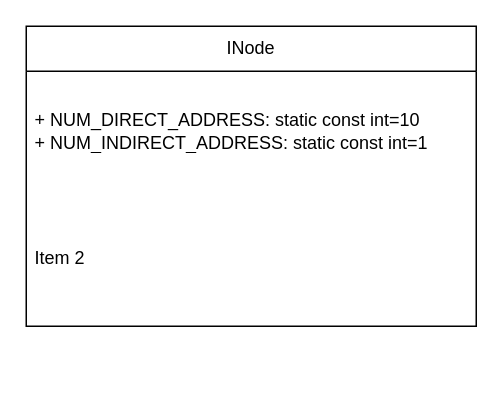
MinkunZhao/SE_lab1 keeps this draw.io diagram as Class Diagram.drawio. Above is the earlier version. Source tidied: cells renumbered, new cells numbered last; positions are measured from the earlier drawing's top-left corner, leaving out a move shared by most shapes. Both pictures are drawn from the tidied source at 150%, with x=0, y=0 at pixel (26, 26).
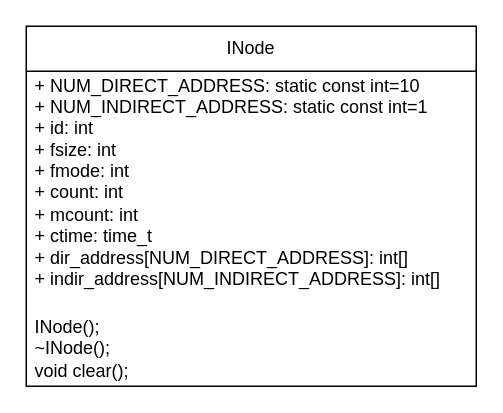
The same diagram, later.

What changed in the source:
```diff
@@
 <mxGraphModel>
   <root>
     <mxCell id="0" />
     <mxCell id="1" parent="0" />
     <mxCell id="2" value="INode" style="swimlane;fontStyle=0;horizontal=1;startSize=30;whiteSpace=wrap;html=1;" parent="1" vertex="1">
-      <mxGeometry width="300" height="200" as="geometry" />
+      <mxGeometry width="300" height="240" as="geometry" />
     </mxCell>
-    <mxCell id="3" value="+ NUM_DIRECT_ADDRESS:&amp;nbsp;static const int=10&lt;br&gt;+ NUM_INDIRECT_ADDRESS:&amp;nbsp;static const int=1" style="text;strokeColor=none;fillColor=none;align=left;verticalAlign=middle;spacingLeft=4;spacingRight=4;overflow=hidden;whiteSpace=wrap;html=1;" parent="2" vertex="1">
-      <mxGeometry y="30" width="300" height="80" as="geometry" />
+    <mxCell id="3" value="+ NUM_DIRECT_ADDRESS:&amp;nbsp;static const int=10&lt;br&gt;+ NUM_INDIRECT_ADDRESS:&amp;nbsp;static const int=1&lt;br&gt;&lt;div&gt;+ id: int&lt;/div&gt;&lt;div&gt;&lt;span style=&quot;background-color: initial;&quot;&gt;+ fsize: int&lt;/span&gt;&lt;/div&gt;&lt;div&gt;+ fmode: int&lt;/div&gt;&lt;div&gt;+ count: int&lt;/div&gt;&lt;div&gt;+ mcount: int&lt;/div&gt;&lt;div&gt;&lt;span style=&quot;background-color: initial;&quot;&gt;+ ctime: time_t&lt;/span&gt;&lt;/div&gt;&lt;div&gt;&lt;span style=&quot;background-color: initial;&quot;&gt;+ dir_address[NUM_DIRECT_ADDRESS]: int[]&lt;/span&gt;&lt;/div&gt;&lt;div&gt;+ indir_address[NUM_INDIRECT_ADDRESS]: int[]&lt;/div&gt;&lt;div&gt;&lt;br&gt;&lt;/div&gt;" style="text;strokeColor=none;fillColor=none;align=left;verticalAlign=middle;spacingLeft=4;spacingRight=4;overflow=hidden;whiteSpace=wrap;html=1;" parent="2" vertex="1">
+      <mxGeometry y="30" width="300" height="160" as="geometry" />
     </mxCell>
-    <mxCell id="4" value="Item 2" style="text;strokeColor=none;fillColor=none;align=left;verticalAlign=middle;spacingLeft=4;spacingRight=4;overflow=hidden;whiteSpace=wrap;html=1;" parent="2" vertex="1">
-      <mxGeometry y="110" width="300" height="90" as="geometry" />
+    <mxCell id="4" value="INode();&lt;div&gt;~INode();&lt;/div&gt;&lt;div&gt;void clear();&lt;/div&gt;" style="text;strokeColor=none;fillColor=none;align=left;verticalAlign=middle;spacingLeft=4;spacingRight=4;overflow=hidden;whiteSpace=wrap;html=1;" parent="2" vertex="1">
+      <mxGeometry y="190" width="300" height="50" as="geometry" />
     </mxCell>
   </root>
 </mxGraphModel>
```
